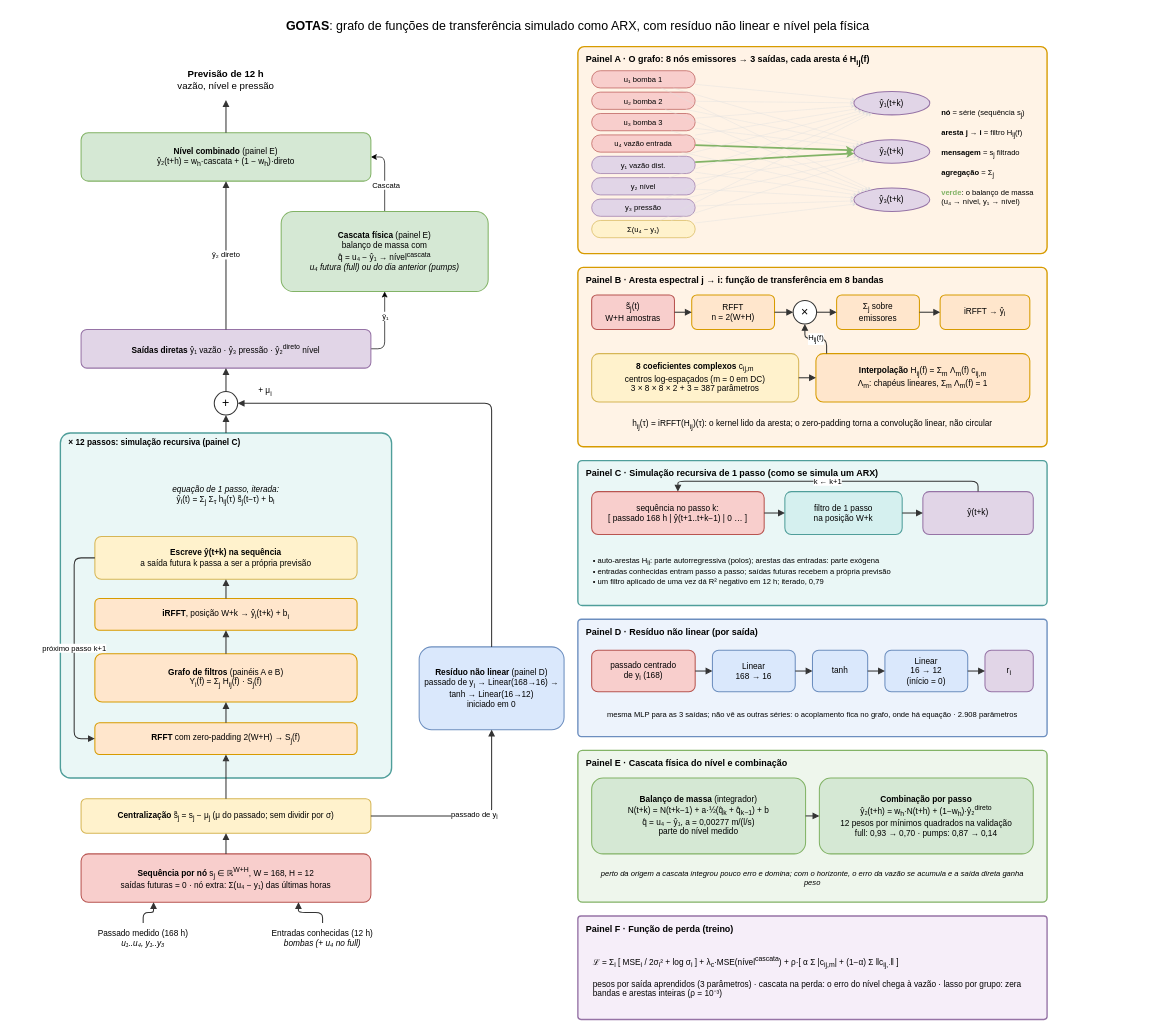
The draw.io diagram docs/figures/stf_arquitetura.drawio in watasabi/MIMO_SYSTEM_TCC, before the edit. Source tidied: cells renumbered, new cells numbered last; positions are measured from the earlier drawing's top-left corner, leaving out a move shared by most shapes. Both pictures are drawn from the tidied source at 69%, with x=0, y=0 at pixel (12, 12).
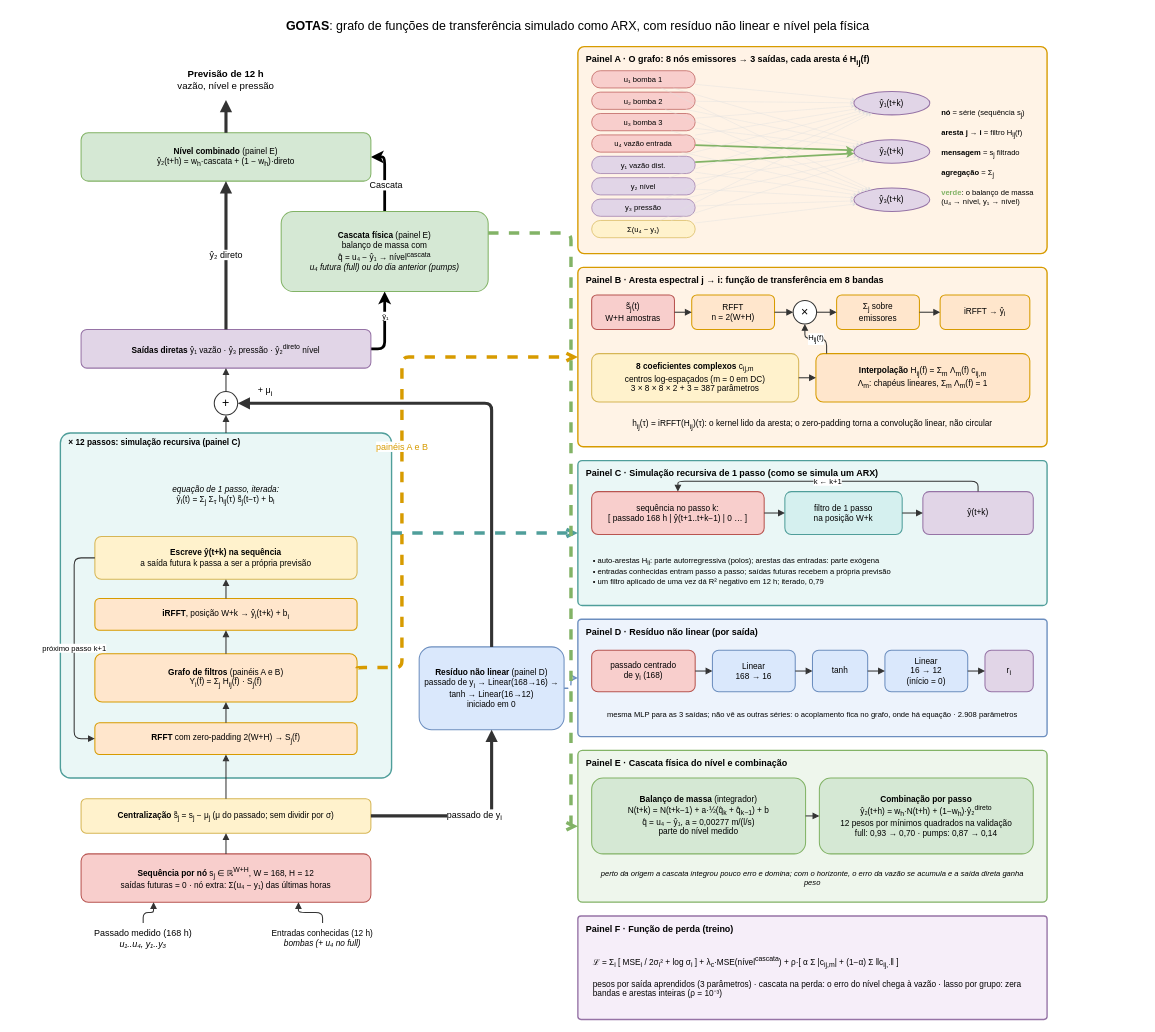
After the change.

Commit message:
docs(figura): arquitetura com setas por painel

The change refers to these unchanged cells:
```xml
<mxCell id="6" value="&lt;b&gt;Centralização&lt;/b&gt; s̃&lt;sub&gt;j&lt;/sub&gt; = s&lt;sub&gt;j&lt;/sub&gt; − μ&lt;sub&gt;j&lt;/sub&gt; (μ do passado; sem dividir por σ)" style="rounded=1;whiteSpace=wrap;html=1;fillColor=#fff2cc;strokeColor=#d6b656;strokeWidth=1.5;fontSize=12;" parent="1" vertex="1">
  <mxGeometry x="100" y="1140" width="420" height="50" as="geometry" />
</mxCell>
<mxCell id="7" value="&lt;b&gt;× 12 passos: simulação recursiva (painel C)&lt;/b&gt;" style="rounded=1;whiteSpace=wrap;html=1;arcSize=3;fillColor=#eaf7f6;strokeColor=#4f9e9a;strokeWidth=2;verticalAlign=top;align=left;spacingLeft=10;fontSize=12;" parent="1" vertex="1">
  <mxGeometry x="70" y="610" width="480" height="500" as="geometry" />
</mxCell>
<mxCell id="9" value="&lt;b&gt;Grafo de filtros&lt;/b&gt; (painéis A e B)&lt;br&gt;Y&lt;sub&gt;i&lt;/sub&gt;(f) = Σ&lt;sub&gt;j&lt;/sub&gt; H&lt;sub&gt;ij&lt;/sub&gt;(f) · S&lt;sub&gt;j&lt;/sub&gt;(f)" style="rounded=1;whiteSpace=wrap;html=1;fillColor=#ffe6cc;strokeColor=#d79b00;strokeWidth=1.5;fontSize=12;" parent="1" vertex="1">
  <mxGeometry x="120" y="930" width="380" height="70" as="geometry" />
</mxCell>
<mxCell id="13" value="&lt;b&gt;Resíduo não linear&lt;/b&gt; (painel D)&lt;br&gt;passado de y&lt;sub&gt;i&lt;/sub&gt; → Linear(168→16) → tanh → Linear(16→12)&lt;br&gt;iniciado em 0" style="rounded=1;whiteSpace=wrap;html=1;fillColor=#dae8fc;strokeColor=#6c8ebf;strokeWidth=1.5;fontSize=12;" parent="1" vertex="1">
  <mxGeometry x="590" y="920" width="210" height="120" as="geometry" />
</mxCell>
<mxCell id="14" value="+" style="ellipse;whiteSpace=wrap;html=1;fillColor=#ffffff;strokeColor=#333333;strokeWidth=1.5;fontSize=18;" parent="1" vertex="1">
  <mxGeometry x="293" y="550" width="34" height="34" as="geometry" />
</mxCell>
<mxCell id="18" value="&lt;b&gt;Saídas diretas&lt;/b&gt; ŷ₁ vazão · ŷ₃ pressão · ŷ₂&lt;sup&gt;direto&lt;/sup&gt; nível" style="rounded=1;whiteSpace=wrap;html=1;fillColor=#e1d5e7;strokeColor=#9673a6;strokeWidth=1.5;fontSize=12;" parent="1" vertex="1">
  <mxGeometry x="100" y="460" width="420" height="56" as="geometry" />
</mxCell>
<mxCell id="21" value="&lt;b&gt;Cascata física&lt;/b&gt; (painel E)&lt;br&gt;balanço de massa com&lt;br&gt;q̂ = u₄ − ŷ₁ → nível&lt;sup&gt;cascata&lt;/sup&gt;&lt;br&gt;&lt;i&gt;u₄ futura (full) ou do dia anterior (pumps)&lt;/i&gt;" style="rounded=1;whiteSpace=wrap;html=1;fillColor=#d5e8d4;strokeColor=#82b366;strokeWidth=1.5;fontSize=12;" parent="1" vertex="1">
  <mxGeometry x="390" y="289" width="300" height="116" as="geometry" />
</mxCell>
<mxCell id="22" value="&lt;b&gt;Nível combinado&lt;/b&gt; (painel E)&lt;br&gt;ŷ₂(t+h) = w&lt;sub&gt;h&lt;/sub&gt;·cascata + (1 − w&lt;sub&gt;h&lt;/sub&gt;)·direto" style="rounded=1;whiteSpace=wrap;html=1;fillColor=#d5e8d4;strokeColor=#82b366;strokeWidth=1.5;fontSize=12;" parent="1" vertex="1">
  <mxGeometry x="100" y="175" width="420" height="70" as="geometry" />
</mxCell>
<mxCell id="23" value="&lt;b&gt;Previsão de 12 h&lt;/b&gt;&lt;br&gt;vazão, nível e pressão" style="text;html=1;whiteSpace=wrap;align=center;verticalAlign=middle;fontSize=14;" parent="1" vertex="1">
  <mxGeometry x="100" y="67.5" width="420" height="60" as="geometry" />
</mxCell>
<mxCell id="75" value="&lt;b&gt;Painel B · Aresta espectral j → i: função de transferência em 8 bandas&lt;/b&gt;" style="rounded=1;whiteSpace=wrap;html=1;arcSize=3;fillColor=#fff3e6;strokeColor=#d79b00;strokeWidth=2;verticalAlign=top;align=left;spacingLeft=10;spacingTop=4;fontSize=13;" parent="1" vertex="1">
  <mxGeometry x="820" y="370" width="680" height="260" as="geometry" />
</mxCell>
<mxCell id="90" value="&lt;b&gt;Painel C · Simulação recursiva de 1 passo (como se simula um ARX)&lt;/b&gt;" style="rounded=1;whiteSpace=wrap;html=1;arcSize=3;fillColor=#eaf7f6;strokeColor=#4f9e9a;strokeWidth=2;verticalAlign=top;align=left;spacingLeft=10;spacingTop=4;fontSize=13;" parent="1" vertex="1">
  <mxGeometry x="820" y="650" width="680" height="210" as="geometry" />
</mxCell>
<mxCell id="98" value="&lt;b&gt;Painel D · Resíduo não linear (por saída)&lt;/b&gt;" style="rounded=1;whiteSpace=wrap;html=1;arcSize=3;fillColor=#edf3fc;strokeColor=#6c8ebf;strokeWidth=2;verticalAlign=top;align=left;spacingLeft=10;spacingTop=4;fontSize=13;" parent="1" vertex="1">
  <mxGeometry x="820" y="880" width="680" height="170" as="geometry" />
</mxCell>
<mxCell id="109" value="&lt;b&gt;Painel E · Cascata física do nível e combinação&lt;/b&gt;" style="rounded=1;whiteSpace=wrap;html=1;arcSize=3;fillColor=#eef6ec;strokeColor=#82b366;strokeWidth=2;verticalAlign=top;align=left;spacingLeft=10;spacingTop=4;fontSize=13;" parent="1" vertex="1">
  <mxGeometry x="820" y="1070" width="680" height="220" as="geometry" />
</mxCell>
```

What changed in the source:
```diff
@@
-    <mxCell id="3" value="Passado medido (168 h)&lt;br&gt;&lt;i&gt;u₁..u₄, y₁..y₃&lt;/i&gt;" style="text;html=1;whiteSpace=wrap;align=center;verticalAlign=middle;fontSize=12;" parent="1" vertex="1">
+    <mxCell id="3" value="&lt;font style=&quot;font-size: 13px;&quot;&gt;Passado medido (168 h)&lt;br&gt;&lt;i&gt;u₁..u₄, y₁..y₃&lt;/i&gt;&lt;/font&gt;" style="text;html=1;whiteSpace=wrap;align=center;verticalAlign=middle;fontSize=12;" parent="1" vertex="1">
       <mxGeometry x="80" y="1320" width="220" height="44" as="geometry" />
     </mxCell>
@@
-    <mxCell id="5" value="&lt;b&gt;Sequência por nó&lt;/b&gt; s&lt;sub&gt;j&lt;/sub&gt; ∈ ℝ&lt;sup&gt;W+H&lt;/sup&gt;, W = 168, H = 12&lt;br&gt;saídas futuras = 0 · nó extra: Σ(u₄ − y₁) das últimas horas" style="rounded=1;whiteSpace=wrap;html=1;fillColor=#f8cecc;strokeColor=#b85450;strokeWidth=1.5;fontSize=12;" parent="1" vertex="1">
+    <mxCell id="5" value="&lt;font&gt;&lt;b style=&quot;&quot;&gt;Sequência por nó&lt;/b&gt; s&lt;sub style=&quot;&quot;&gt;j&lt;/sub&gt; ∈ ℝ&lt;sup style=&quot;&quot;&gt;W+H&lt;/sup&gt;, W = 168, H = 12&lt;br&gt;saídas futuras = 0 · nó extra: Σ(u₄ − y₁) das últimas horas&lt;/font&gt;" style="rounded=1;whiteSpace=wrap;html=1;fillColor=#f8cecc;strokeColor=#b85450;strokeWidth=1.5;fontSize=12;" parent="1" vertex="1">
       <mxGeometry x="100" y="1220" width="420" height="70" as="geometry" />
     </mxCell>
@@
-    <mxCell id="15" value="+ μ&lt;sub&gt;i&lt;/sub&gt;" style="text;html=1;whiteSpace=wrap;align=center;verticalAlign=middle;fontSize=12;" parent="1" vertex="1">
+    <mxCell id="15" value="&lt;font style=&quot;font-size: 13px;&quot;&gt;+ μ&lt;sub&gt;i&lt;/sub&gt;&lt;/font&gt;" style="text;html=1;whiteSpace=wrap;align=center;verticalAlign=middle;fontSize=12;" parent="1" vertex="1">
       <mxGeometry x="332" y="535" width="70" height="30" as="geometry" />
     </mxCell>
-    <mxCell id="16" style="edgeStyle=orthogonalEdgeStyle;rounded=1;jettySize=auto;html=1;exitX=1;exitY=0.5;exitDx=0;exitDy=0;entryX=0.5;entryY=1;entryDx=0;entryDy=0;defaultLabelBackgroundColor=page;curved=0;" parent="1" edge="1" source="18" target="21">
+    <mxCell id="16" style="edgeStyle=orthogonalEdgeStyle;rounded=1;jettySize=auto;html=1;exitX=1;exitY=0.5;exitDx=0;exitDy=0;entryX=0.5;entryY=1;entryDx=0;entryDy=0;defaultLabelBackgroundColor=page;curved=0;strokeWidth=4;" parent="1" edge="1" source="18" target="21">
       <mxGeometry relative="1" as="geometry" />
     </mxCell>
@@
-    <mxCell id="19" style="edgeStyle=orthogonalEdgeStyle;rounded=1;jettySize=auto;html=1;entryX=1;entryY=0.5;entryDx=0;entryDy=0;defaultLabelBackgroundColor=page;curved=0;" parent="1" edge="1" source="21" target="22">
+    <mxCell id="19" style="edgeStyle=orthogonalEdgeStyle;rounded=1;jettySize=auto;html=1;entryX=1;entryY=0.5;entryDx=0;entryDy=0;defaultLabelBackgroundColor=page;curved=0;strokeWidth=4;" parent="1" edge="1" source="21" target="22">
       <mxGeometry relative="1" as="geometry" />
     </mxCell>
-    <mxCell id="20" value="Cascata" style="edgeLabel;html=1;align=center;verticalAlign=middle;inheritText=1;defaultLabelBackgroundColor=page;" parent="19" vertex="1">
+    <mxCell id="20" value="&lt;font style=&quot;font-size: 13px;&quot;&gt;Cascata&lt;/font&gt;" style="edgeLabel;html=1;align=center;verticalAlign=middle;inheritText=1;defaultLabelBackgroundColor=page;" parent="19" vertex="1">
       <mxGeometry x="-0.21" y="-1" relative="1" as="geometry" />
     </mxCell>
@@
-    <mxCell id="30" value="passado de y&lt;sub&gt;i&lt;/sub&gt;" style="edgeStyle=orthogonalEdgeStyle;rounded=1;html=1;endArrow=block;endFill=1;strokeWidth=1.5;strokeColor=#333333;fontSize=11;exitX=1;exitY=0.5;exitDx=0;exitDy=0;entryX=0.5;entryY=1;entryDx=0;entryDy=0;" parent="1" edge="1" source="6" target="13">
+    <mxCell id="30" value="&lt;font style=&quot;font-size: 13px;&quot;&gt;passado de y&lt;sub style=&quot;&quot;&gt;i&lt;/sub&gt;&lt;/font&gt;" style="edgeStyle=orthogonalEdgeStyle;rounded=1;html=1;endArrow=block;endFill=1;strokeWidth=4.5;strokeColor=#333333;fontSize=11;exitX=1;exitY=0.5;exitDx=0;exitDy=0;entryX=0.5;entryY=1;entryDx=0;entryDy=0;" parent="1" edge="1" source="6" target="13">
       <mxGeometry relative="1" as="geometry">
         <Array as="points">
           <mxPoint x="695" y="1165" />
         </Array>
       </mxGeometry>
     </mxCell>
@@
-    <mxCell id="32" style="edgeStyle=orthogonalEdgeStyle;rounded=1;html=1;endArrow=block;endFill=1;strokeWidth=1.5;strokeColor=#333333;fontSize=11;exitX=0.5;exitY=0;exitDx=0;exitDy=0;entryX=1;entryY=0.5;entryDx=0;entryDy=0;" parent="1" edge="1" source="13" target="14">
+    <mxCell id="32" style="edgeStyle=orthogonalEdgeStyle;rounded=1;html=1;endArrow=block;endFill=1;strokeWidth=4.5;strokeColor=#333333;fontSize=11;exitX=0.5;exitY=0;exitDx=0;exitDy=0;entryX=1;entryY=0.5;entryDx=0;entryDy=0;" parent="1" edge="1" source="13" target="14">
       <mxGeometry relative="1" as="geometry">
         <Array as="points">
           <mxPoint x="695" y="567" />
         </Array>
       </mxGeometry>
     </mxCell>
@@
-    <mxCell id="34" value="ŷ₂ direto" style="edgeStyle=orthogonalEdgeStyle;rounded=1;html=1;endArrow=block;endFill=1;strokeWidth=1.5;strokeColor=#333333;fontSize=11;" parent="1" edge="1" source="18" target="22">
+    <mxCell id="34" value="&lt;font style=&quot;font-size: 13px;&quot;&gt;ŷ₂ direto&lt;/font&gt;" style="edgeStyle=orthogonalEdgeStyle;rounded=1;html=1;endArrow=block;endFill=1;strokeWidth=4.5;strokeColor=#333333;fontSize=11;" parent="1" edge="1" source="18" target="22">
       <mxGeometry relative="1" as="geometry" />
     </mxCell>
-    <mxCell id="35" style="edgeStyle=orthogonalEdgeStyle;rounded=1;html=1;endArrow=block;endFill=1;strokeWidth=1.5;strokeColor=#333333;fontSize=11;" parent="1" edge="1" source="22" target="23">
+    <mxCell id="35" style="edgeStyle=orthogonalEdgeStyle;rounded=1;html=1;endArrow=block;endFill=1;strokeWidth=4.5;strokeColor=#333333;fontSize=11;" parent="1" edge="1" source="22" target="23">
       <mxGeometry relative="1" as="geometry" />
     </mxCell>
@@
+    <mxCell id="116" value="&lt;font style=&quot;font-size: 13px;&quot;&gt;painéis A e B&lt;/font&gt;" style="edgeStyle=orthogonalEdgeStyle;rounded=1;html=1;dashed=1;strokeColor=#d79b00;strokeWidth=5;endArrow=open;endFill=0;fontSize=11;fontColor=#d79b00;exitX=1;exitY=0.3;exitDx=0;exitDy=0;entryX=0;entryY=0.5;entryDx=0;entryDy=0;" parent="1" edge="1" source="9" target="75">
+      <mxGeometry relative="1" as="geometry">
+        <Array as="points">
+          <mxPoint x="565" y="950" />
+          <mxPoint x="565" y="500" />
+        </Array>
+      </mxGeometry>
+    </mxCell>
+    <mxCell id="117" style="edgeStyle=orthogonalEdgeStyle;rounded=1;html=1;dashed=1;strokeColor=#4f9e9a;strokeWidth=5;endArrow=open;endFill=0;fontSize=11;fontColor=#4f9e9a;exitX=1;exitY=0.29;exitDx=0;exitDy=0;entryX=0;entryY=0.5;entryDx=0;entryDy=0;" parent="1" edge="1" source="7" target="90">
+      <mxGeometry relative="1" as="geometry" />
+    </mxCell>
+    <mxCell id="118" style="edgeStyle=orthogonalEdgeStyle;rounded=1;html=1;dashed=1;strokeColor=#6c8ebf;strokeWidth=2;endArrow=open;endFill=0;fontSize=11;fontColor=#6c8ebf;exitX=1;exitY=0.5;exitDx=0;exitDy=0;entryX=0;entryY=0.5;entryDx=0;entryDy=0;" parent="1" edge="1" source="13" target="98">
+      <mxGeometry relative="1" as="geometry" />
+    </mxCell>
+    <mxCell id="119" style="edgeStyle=orthogonalEdgeStyle;rounded=1;html=1;dashed=1;strokeColor=#82b366;strokeWidth=5;endArrow=open;endFill=0;fontSize=11;fontColor=#82b366;exitX=1;exitY=0.27;exitDx=0;exitDy=0;entryX=0;entryY=0.5;entryDx=0;entryDy=0;" parent="1" edge="1" source="21" target="109">
+      <mxGeometry relative="1" as="geometry">
+        <Array as="points">
+          <mxPoint x="810" y="320" />
+          <mxPoint x="810" y="1180" />
+        </Array>
+      </mxGeometry>
+    </mxCell>
```
